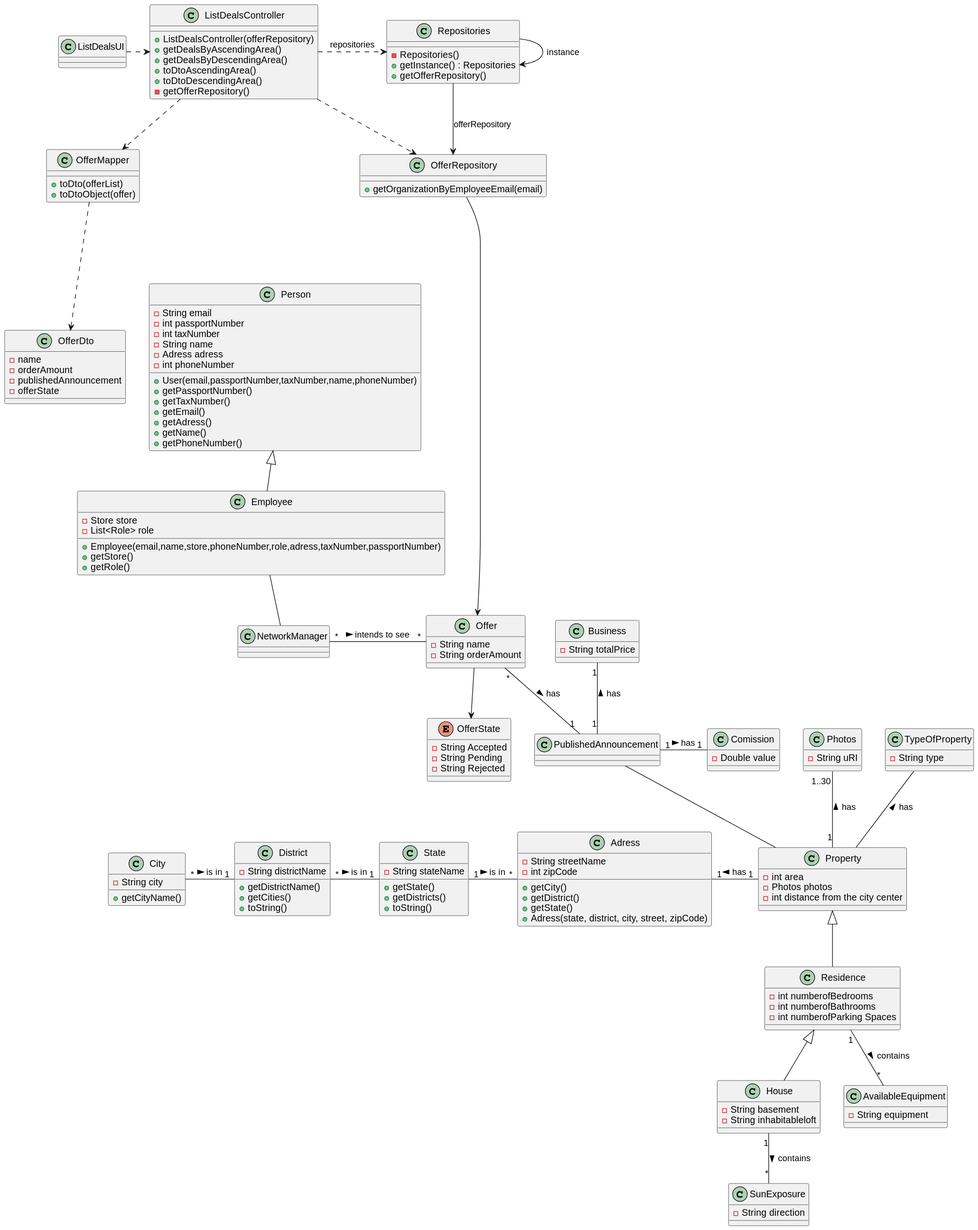
Above: docs/sprintD/US017/03.design/svg/us17-class-diagram.svg in PureNimble/ISEP-LAPR2 (PlantUML), before the change. Its diagram source:
```plantuml
@startuml
class Employee{
-Store store
-List<Role> role
+Employee(email,name,store,phoneNumber,role,adress,taxNumber,passportNumber)
+getStore()
+getRole()
}

class Person{
- String email
- int passportNumber
- int taxNumber
- String name
- Adress adress
- int phoneNumber

+User(email,passportNumber,taxNumber,name,phoneNumber)
+getPassportNumber()
+getTaxNumber()
+getEmail()
+getAdress()
+getName()
+getPhoneNumber()
}

class NetworkManager{
}

class Offer{
-String name
-String orderAmount
}

enum  OfferState {
-String Accepted
-String Pending
-String Rejected
}


class Adress{
 -String streetName
    -int zipCode
    +getCity()
    +getDistrict()
    +getState()
    +Adress(state, district, city, street, zipCode)
}

class Residence {
    -int numberofBedrooms
    -int numberofBathrooms
    -int numberofParking Spaces
}

class House {
    -String basement
    -String inhabitableloft
}

class SunExposure {
    -String direction
}

class AvailableEquipment {
    -String equipment
}


class Business {
-String totalPrice
}


class District{
- String districtName


    +getDistrictName()
    +getCities()
    +toString()
}

class City{
- String city

    +getCityName()
}


class Comission {
    -Double value
}




class Photos {
- String uRI
}

class Property {
    - int area
    -Photos photos
    - int distance from the city center
}

class PublishedAnnouncement {
}

class State{
 - String stateName

    +getState()
    +getDistricts()
    +toString()

}



class TypeOfProperty {
-String type
}

Person <|-- Employee
Employee -- NetworkManager


NetworkManager "*" - "*" Offer: intends to see >
Offer "*" -- "1" PublishedAnnouncement: has >
PublishedAnnouncement -- Property
TypeOfProperty -- Property : has <
Property <|-- Residence
Photos "1..30" -- "1" Property : has <
Residence <|-- House
Residence "1" -- "*" AvailableEquipment : contains >
House "1" -- "*" SunExposure: contains >
PublishedAnnouncement "1" - "1" Comission :has >
Business "1" -- "1" PublishedAnnouncement : has <

Adress "1" -right-- "1" Property: has <
State "1" -left-- "*" District: is in <
District "1" -left-- "*" City: is in <
Adress "*" -left-- "1" State: is in <




class OfferMapper {
    + toDto(offerList)
    + toDtoObject(offer)
}

class OfferRepository {
    + getOrganizationByEmployeeEmail(email)
}

class Repositories {
    - Repositories()
    + getInstance() : Repositories
    + getOfferRepository()
}

class ListDealsController {
    + ListDealsController(offerRepository)
    + getDealsByAscendingArea()
    + getDealsByDescendingArea()
    + toDtoAscendingArea()
    + toDtoDescendingArea()
    - getOfferRepository()
}

class ListDealsUI {
}

class OfferDto{
-name
-orderAmount
-publishedAnnouncement
-offerState
}



ListDealsUI .> ListDealsController

ListDealsController .> Repositories : repositories

Repositories --> Repositories:instance

ListDealsController ..> OfferMapper

OfferMapper ...> OfferDto

Repositories --> OfferRepository : offerRepository

ListDealsController ..> OfferRepository

OfferRepository -----> Offer


Offer --> OfferState
@enduml
```
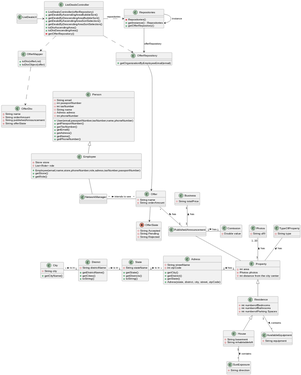
Above is the later version.

The edit, as a diff of the source:
```diff
@@ -165,8 +165,10 @@
 
 class ListDealsController {
     + ListDealsController(offerRepository)
-    + getDealsByAscendingArea()
-    + getDealsByDescendingArea()
+    + getDealsByAscendingAreaBubbleSort()
+    + getDealsByDescendingAreaBubbleSort()
+    + getDealsByAscendingAreaSortSelection()
+    + getDealsByDescendingAreaSortSelection()
     + toDtoAscendingArea()
     + toDtoDescendingArea()
     - getOfferRepository()
@@ -176,10 +178,10 @@
 }
 
 class OfferDto{
--name
--orderAmount
--publishedAnnouncement
--offerState
+-String name
+-String orderAmount
+-String publishedAnnouncement
+-String offerState
 }
 
 
```
